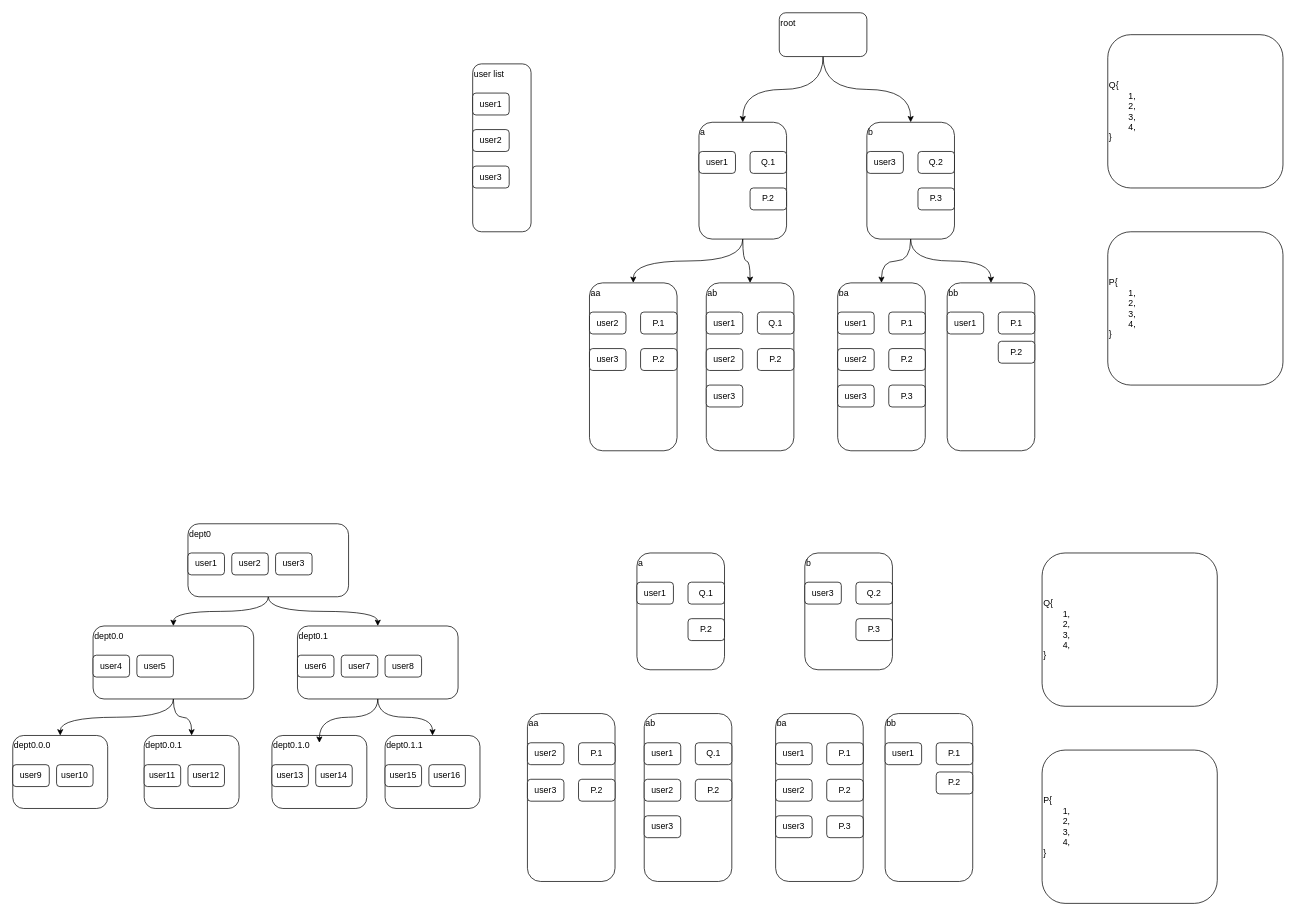
xyfll7/xyfll7.github.io keeps this draw.io diagram as permission.drawio. Above is the earlier version. Source tidied: cells renumbered, new cells numbered last; positions are measured from the earlier drawing's top-left corner, leaving out a move shared by most shapes. Both pictures are drawn from the tidied source at 73%, with x=0, y=0 at pixel (12, 12).
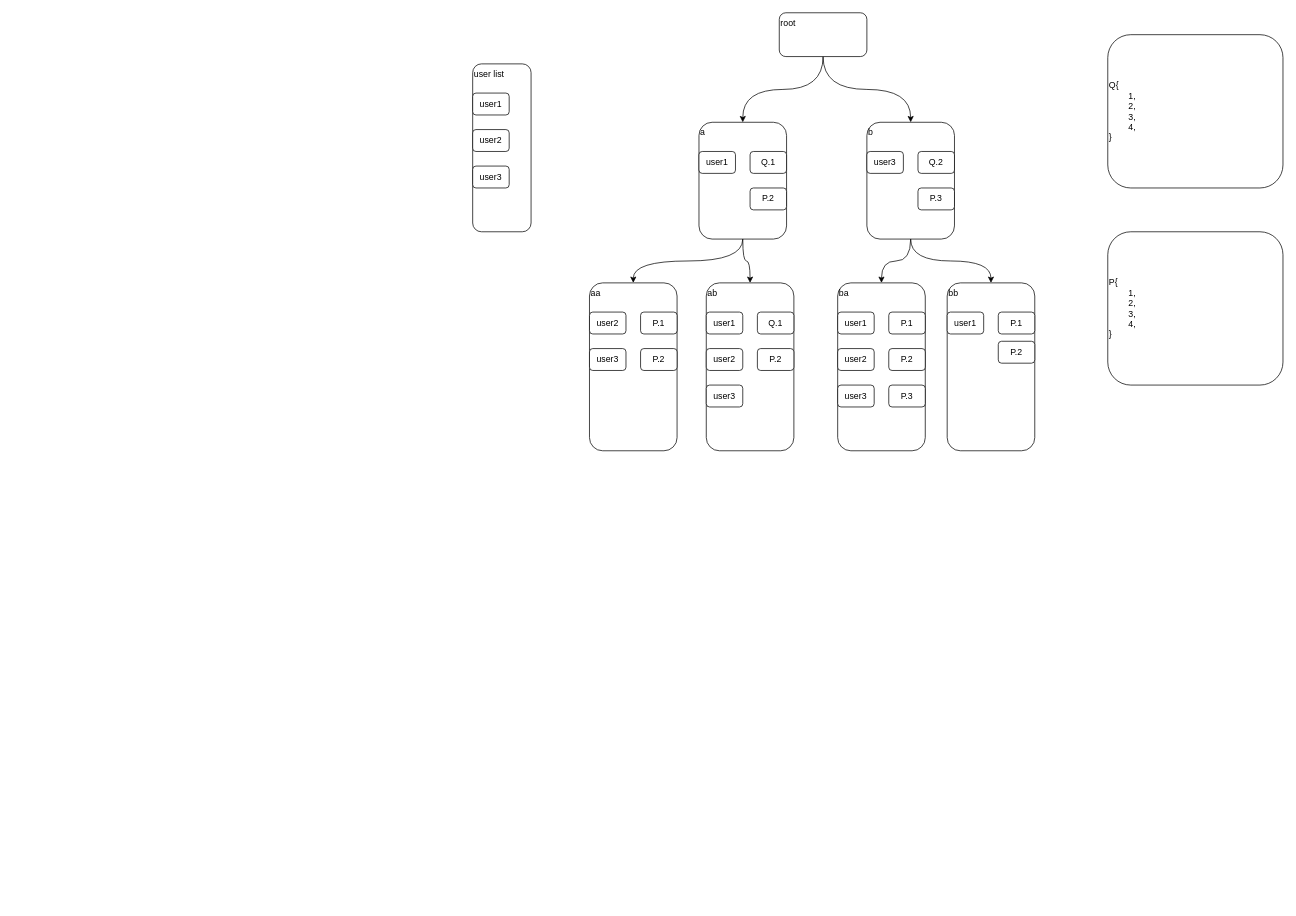
The same page after the edit.

The edit, as a diff of the source:
```diff
@@
-    <mxCell id="45" value="a" style="rounded=1;whiteSpace=wrap;html=1;verticalAlign=top;align=left;" parent="1" vertex="1">
-      <mxGeometry x="855" y="740" width="120" height="160" as="geometry" />
-    </mxCell>
-    <mxCell id="46" value="b" style="rounded=1;whiteSpace=wrap;html=1;verticalAlign=top;align=left;" parent="1" vertex="1">
-      <mxGeometry x="1085" y="740" width="120" height="160" as="geometry" />
-    </mxCell>
-    <mxCell id="47" value="aa" style="rounded=1;whiteSpace=wrap;html=1;verticalAlign=top;align=left;" parent="1" vertex="1">
-      <mxGeometry x="705" y="960" width="120" height="230" as="geometry" />
-    </mxCell>
-    <mxCell id="48" value="bb" style="rounded=1;whiteSpace=wrap;html=1;verticalAlign=top;align=left;" parent="1" vertex="1">
-      <mxGeometry x="1195" y="960" width="120" height="230" as="geometry" />
-    </mxCell>
-    <mxCell id="49" value="ab" style="rounded=1;whiteSpace=wrap;html=1;verticalAlign=top;align=left;" parent="1" vertex="1">
-      <mxGeometry x="865" y="960" width="120" height="230" as="geometry" />
-    </mxCell>
-    <mxCell id="50" value="ba" style="rounded=1;whiteSpace=wrap;html=1;verticalAlign=top;align=left;" parent="1" vertex="1">
-      <mxGeometry x="1045" y="960" width="120" height="230" as="geometry" />
-    </mxCell>
-    <mxCell id="51" value="user1" style="rounded=1;whiteSpace=wrap;html=1;" parent="1" vertex="1">
-      <mxGeometry x="1045" y="1000" width="50" height="30" as="geometry" />
-    </mxCell>
-    <mxCell id="52" value="user2" style="rounded=1;whiteSpace=wrap;html=1;" parent="1" vertex="1">
-      <mxGeometry x="1045" y="1050" width="50" height="30" as="geometry" />
-    </mxCell>
-    <mxCell id="53" value="user3" style="rounded=1;whiteSpace=wrap;html=1;" parent="1" vertex="1">
-      <mxGeometry x="1045" y="1100" width="50" height="30" as="geometry" />
-    </mxCell>
-    <mxCell id="54" value="user1" style="rounded=1;whiteSpace=wrap;html=1;" parent="1" vertex="1">
-      <mxGeometry x="865" y="1000" width="50" height="30" as="geometry" />
-    </mxCell>
-    <mxCell id="55" value="user2" style="rounded=1;whiteSpace=wrap;html=1;" parent="1" vertex="1">
-      <mxGeometry x="865" y="1050" width="50" height="30" as="geometry" />
-    </mxCell>
-    <mxCell id="56" value="user3" style="rounded=1;whiteSpace=wrap;html=1;" parent="1" vertex="1">
-      <mxGeometry x="865" y="1100" width="50" height="30" as="geometry" />
-    </mxCell>
-    <mxCell id="57" value="user3" style="rounded=1;whiteSpace=wrap;html=1;" parent="1" vertex="1">
-      <mxGeometry x="705" y="1050" width="50" height="30" as="geometry" />
-    </mxCell>
-    <mxCell id="58" value="user2" style="rounded=1;whiteSpace=wrap;html=1;" parent="1" vertex="1">
-      <mxGeometry x="705" y="1000" width="50" height="30" as="geometry" />
-    </mxCell>
-    <mxCell id="59" value="user1" style="rounded=1;whiteSpace=wrap;html=1;" parent="1" vertex="1">
-      <mxGeometry x="1195" y="1000" width="50" height="30" as="geometry" />
-    </mxCell>
-    <mxCell id="60" value="user3" style="rounded=1;whiteSpace=wrap;html=1;" parent="1" vertex="1">
-      <mxGeometry x="1085" y="780" width="50" height="30" as="geometry" />
-    </mxCell>
-    <mxCell id="61" value="user1" style="rounded=1;whiteSpace=wrap;html=1;" parent="1" vertex="1">
-      <mxGeometry x="855" y="780" width="50" height="30" as="geometry" />
-    </mxCell>
-    <mxCell id="62" value="P.1" style="rounded=1;whiteSpace=wrap;html=1;" parent="1" vertex="1">
-      <mxGeometry x="1265" y="1000" width="50" height="30" as="geometry" />
-    </mxCell>
-    <mxCell id="63" value="P.2" style="rounded=1;whiteSpace=wrap;html=1;" parent="1" vertex="1">
-      <mxGeometry x="1265" y="1040" width="50" height="30" as="geometry" />
-    </mxCell>
-    <mxCell id="64" value="P.1" style="rounded=1;whiteSpace=wrap;html=1;" parent="1" vertex="1">
-      <mxGeometry x="1115" y="1000" width="50" height="30" as="geometry" />
-    </mxCell>
-    <mxCell id="65" value="P.2" style="rounded=1;whiteSpace=wrap;html=1;" parent="1" vertex="1">
-      <mxGeometry x="1115" y="1050" width="50" height="30" as="geometry" />
-    </mxCell>
-    <mxCell id="66" value="P.3" style="rounded=1;whiteSpace=wrap;html=1;" parent="1" vertex="1">
-      <mxGeometry x="1115" y="1100" width="50" height="30" as="geometry" />
-    </mxCell>
-    <mxCell id="67" value="Q.1" style="rounded=1;whiteSpace=wrap;html=1;" parent="1" vertex="1">
-      <mxGeometry x="935" y="1000" width="50" height="30" as="geometry" />
-    </mxCell>
-    <mxCell id="68" value="P.2" style="rounded=1;whiteSpace=wrap;html=1;" parent="1" vertex="1">
-      <mxGeometry x="935" y="1050" width="50" height="30" as="geometry" />
-    </mxCell>
-    <mxCell id="69" value="P.1" style="rounded=1;whiteSpace=wrap;html=1;" parent="1" vertex="1">
-      <mxGeometry x="775" y="1000" width="50" height="30" as="geometry" />
-    </mxCell>
-    <mxCell id="70" value="P.2" style="rounded=1;whiteSpace=wrap;html=1;" parent="1" vertex="1">
-      <mxGeometry x="775" y="1050" width="50" height="30" as="geometry" />
-    </mxCell>
-    <mxCell id="71" value="P.2" style="rounded=1;whiteSpace=wrap;html=1;" parent="1" vertex="1">
-      <mxGeometry x="925" y="830" width="50" height="30" as="geometry" />
-    </mxCell>
-    <mxCell id="72" value="Q.2" style="rounded=1;whiteSpace=wrap;html=1;" parent="1" vertex="1">
-      <mxGeometry x="1155" y="780" width="50" height="30" as="geometry" />
-    </mxCell>
-    <mxCell id="73" value="P.3" style="rounded=1;whiteSpace=wrap;html=1;" parent="1" vertex="1">
-      <mxGeometry x="1155" y="830" width="50" height="30" as="geometry" />
-    </mxCell>
-    <mxCell id="74" value="Q{&amp;nbsp;&lt;br&gt;&amp;nbsp; &amp;nbsp; &amp;nbsp; &amp;nbsp; 1,&lt;br&gt;&amp;nbsp; &amp;nbsp; &amp;nbsp; &amp;nbsp; 2,&lt;div&gt;&amp;nbsp; &amp;nbsp; &amp;nbsp; &amp;nbsp; 3,&lt;/div&gt;&lt;div&gt;&amp;nbsp; &amp;nbsp; &amp;nbsp; &amp;nbsp; 4,&lt;br&gt;&lt;div style=&quot;&quot;&gt;&lt;span style=&quot;background-color: transparent; color: light-dark(rgb(0, 0, 0), rgb(255, 255, 255));&quot;&gt;}&lt;/span&gt;&lt;/div&gt;&lt;/div&gt;" style="rounded=1;whiteSpace=wrap;html=1;align=left;" parent="1" vertex="1">
-      <mxGeometry x="1410" y="740" width="240" height="210" as="geometry" />
-    </mxCell>
-    <mxCell id="75" value="P{&amp;nbsp;&lt;br&gt;&amp;nbsp; &amp;nbsp; &amp;nbsp; &amp;nbsp; 1,&lt;br&gt;&amp;nbsp; &amp;nbsp; &amp;nbsp; &amp;nbsp; 2,&lt;div&gt;&amp;nbsp; &amp;nbsp; &amp;nbsp; &amp;nbsp; 3,&lt;/div&gt;&lt;div&gt;&amp;nbsp; &amp;nbsp; &amp;nbsp; &amp;nbsp; 4,&lt;br&gt;&lt;div style=&quot;&quot;&gt;&lt;span style=&quot;background-color: transparent; color: light-dark(rgb(0, 0, 0), rgb(255, 255, 255));&quot;&gt;}&lt;/span&gt;&lt;/div&gt;&lt;/div&gt;" style="rounded=1;whiteSpace=wrap;html=1;align=left;" parent="1" vertex="1">
-      <mxGeometry x="1410" y="1010" width="240" height="210" as="geometry" />
-    </mxCell>
-    <mxCell id="76" value="Q.1" style="rounded=1;whiteSpace=wrap;html=1;" parent="1" vertex="1">
-      <mxGeometry x="925" y="780" width="50" height="30" as="geometry" />
-    </mxCell>
-    <mxCell id="77" style="edgeStyle=orthogonalEdgeStyle;rounded=0;jettySize=auto;html=1;curved=1;" parent="1" edge="1" source="79" target="85">
-      <mxGeometry relative="1" as="geometry" />
-    </mxCell>
-    <mxCell id="78" style="edgeStyle=orthogonalEdgeStyle;rounded=0;jettySize=auto;html=1;exitX=0.5;exitY=1;exitDx=0;exitDy=0;curved=1;" parent="1" edge="1" source="79" target="89">
-      <mxGeometry relative="1" as="geometry" />
-    </mxCell>
-    <mxCell id="79" value="dept0" style="rounded=1;whiteSpace=wrap;html=1;verticalAlign=top;align=left;" parent="1" vertex="1">
-      <mxGeometry x="240" y="700" width="220" height="100" as="geometry" />
-    </mxCell>
-    <mxCell id="80" value="user1" style="rounded=1;whiteSpace=wrap;html=1;" parent="1" vertex="1">
-      <mxGeometry x="240" y="740" width="50" height="30" as="geometry" />
-    </mxCell>
-    <mxCell id="81" value="user2" style="rounded=1;whiteSpace=wrap;html=1;" parent="1" vertex="1">
-      <mxGeometry x="300" y="740" width="50" height="30" as="geometry" />
-    </mxCell>
-    <mxCell id="82" value="user3" style="rounded=1;whiteSpace=wrap;html=1;" parent="1" vertex="1">
-      <mxGeometry x="360" y="740" width="50" height="30" as="geometry" />
-    </mxCell>
-    <mxCell id="83" style="edgeStyle=orthogonalEdgeStyle;curved=1;rounded=0;jettySize=auto;html=1;exitX=0.5;exitY=1;exitDx=0;exitDy=0;" parent="1" edge="1" source="85" target="97">
-      <mxGeometry relative="1" as="geometry" />
-    </mxCell>
-    <mxCell id="84" style="edgeStyle=orthogonalEdgeStyle;curved=1;rounded=0;jettySize=auto;html=1;exitX=0.5;exitY=1;exitDx=0;exitDy=0;" parent="1" edge="1" source="85" target="100">
-      <mxGeometry relative="1" as="geometry" />
-    </mxCell>
-    <mxCell id="85" value="dept0.0" style="rounded=1;whiteSpace=wrap;html=1;verticalAlign=top;align=left;" parent="1" vertex="1">
-      <mxGeometry x="110" y="840" width="220" height="100" as="geometry" />
-    </mxCell>
-    <mxCell id="86" value="user4" style="rounded=1;whiteSpace=wrap;html=1;" parent="1" vertex="1">
-      <mxGeometry x="110" y="880" width="50" height="30" as="geometry" />
-    </mxCell>
-    <mxCell id="87" value="user5" style="rounded=1;whiteSpace=wrap;html=1;" parent="1" vertex="1">
-      <mxGeometry x="170" y="880" width="50" height="30" as="geometry" />
-    </mxCell>
-    <mxCell id="88" style="edgeStyle=orthogonalEdgeStyle;curved=1;rounded=0;jettySize=auto;html=1;exitX=0.5;exitY=1;exitDx=0;exitDy=0;entryX=0.5;entryY=0;entryDx=0;entryDy=0;" parent="1" edge="1" source="89" target="103">
-      <mxGeometry relative="1" as="geometry" />
-    </mxCell>
-    <mxCell id="89" value="dept0.1" style="rounded=1;whiteSpace=wrap;html=1;verticalAlign=top;align=left;" parent="1" vertex="1">
-      <mxGeometry x="390" y="840" width="220" height="100" as="geometry" />
-    </mxCell>
-    <mxCell id="90" value="user6" style="rounded=1;whiteSpace=wrap;html=1;" parent="1" vertex="1">
-      <mxGeometry x="390" y="880" width="50" height="30" as="geometry" />
-    </mxCell>
-    <mxCell id="91" value="user7" style="rounded=1;whiteSpace=wrap;html=1;" parent="1" vertex="1">
-      <mxGeometry x="450" y="880" width="50" height="30" as="geometry" />
-    </mxCell>
-    <mxCell id="92" value="user8" style="rounded=1;whiteSpace=wrap;html=1;" parent="1" vertex="1">
-      <mxGeometry x="510" y="880" width="50" height="30" as="geometry" />
-    </mxCell>
-    <mxCell id="93" value="dept0.1.0" style="rounded=1;whiteSpace=wrap;html=1;verticalAlign=top;align=left;" parent="1" vertex="1">
-      <mxGeometry x="355" y="990" width="130" height="100" as="geometry" />
-    </mxCell>
-    <mxCell id="94" value="user13" style="rounded=1;whiteSpace=wrap;html=1;" parent="1" vertex="1">
-      <mxGeometry x="355" y="1030" width="50" height="30" as="geometry" />
-    </mxCell>
-    <mxCell id="95" value="user14" style="rounded=1;whiteSpace=wrap;html=1;" parent="1" vertex="1">
-      <mxGeometry x="415" y="1030" width="50" height="30" as="geometry" />
-    </mxCell>
-    <mxCell id="96" style="edgeStyle=orthogonalEdgeStyle;curved=1;rounded=0;jettySize=auto;html=1;exitX=0.5;exitY=1;exitDx=0;exitDy=0;entryX=0.5;entryY=0.1;entryDx=0;entryDy=0;entryPerimeter=0;" parent="1" edge="1" source="89" target="93">
-      <mxGeometry relative="1" as="geometry" />
-    </mxCell>
-    <mxCell id="97" value="dept0.0.0" style="rounded=1;whiteSpace=wrap;html=1;verticalAlign=top;align=left;" parent="1" vertex="1">
-      <mxGeometry y="990" width="130" height="100" as="geometry" />
-    </mxCell>
-    <mxCell id="98" value="user9" style="rounded=1;whiteSpace=wrap;html=1;" parent="1" vertex="1">
-      <mxGeometry y="1030" width="50" height="30" as="geometry" />
-    </mxCell>
-    <mxCell id="99" value="user10" style="rounded=1;whiteSpace=wrap;html=1;" parent="1" vertex="1">
-      <mxGeometry x="60" y="1030" width="50" height="30" as="geometry" />
-    </mxCell>
-    <mxCell id="100" value="dept0.0.1" style="rounded=1;whiteSpace=wrap;html=1;verticalAlign=top;align=left;" parent="1" vertex="1">
-      <mxGeometry x="180" y="990" width="130" height="100" as="geometry" />
-    </mxCell>
-    <mxCell id="101" value="user11" style="rounded=1;whiteSpace=wrap;html=1;" parent="1" vertex="1">
-      <mxGeometry x="180" y="1030" width="50" height="30" as="geometry" />
-    </mxCell>
-    <mxCell id="102" value="user12" style="rounded=1;whiteSpace=wrap;html=1;" parent="1" vertex="1">
-      <mxGeometry x="240" y="1030" width="50" height="30" as="geometry" />
-    </mxCell>
-    <mxCell id="103" value="dept0.1.1" style="rounded=1;whiteSpace=wrap;html=1;verticalAlign=top;align=left;" parent="1" vertex="1">
-      <mxGeometry x="510" y="990" width="130" height="100" as="geometry" />
-    </mxCell>
-    <mxCell id="104" value="user15" style="rounded=1;whiteSpace=wrap;html=1;" parent="1" vertex="1">
-      <mxGeometry x="510" y="1030" width="50" height="30" as="geometry" />
-    </mxCell>
-    <mxCell id="105" value="user16" style="rounded=1;whiteSpace=wrap;html=1;" parent="1" vertex="1">
-      <mxGeometry x="570" y="1030" width="50" height="30" as="geometry" />
-    </mxCell>
```
